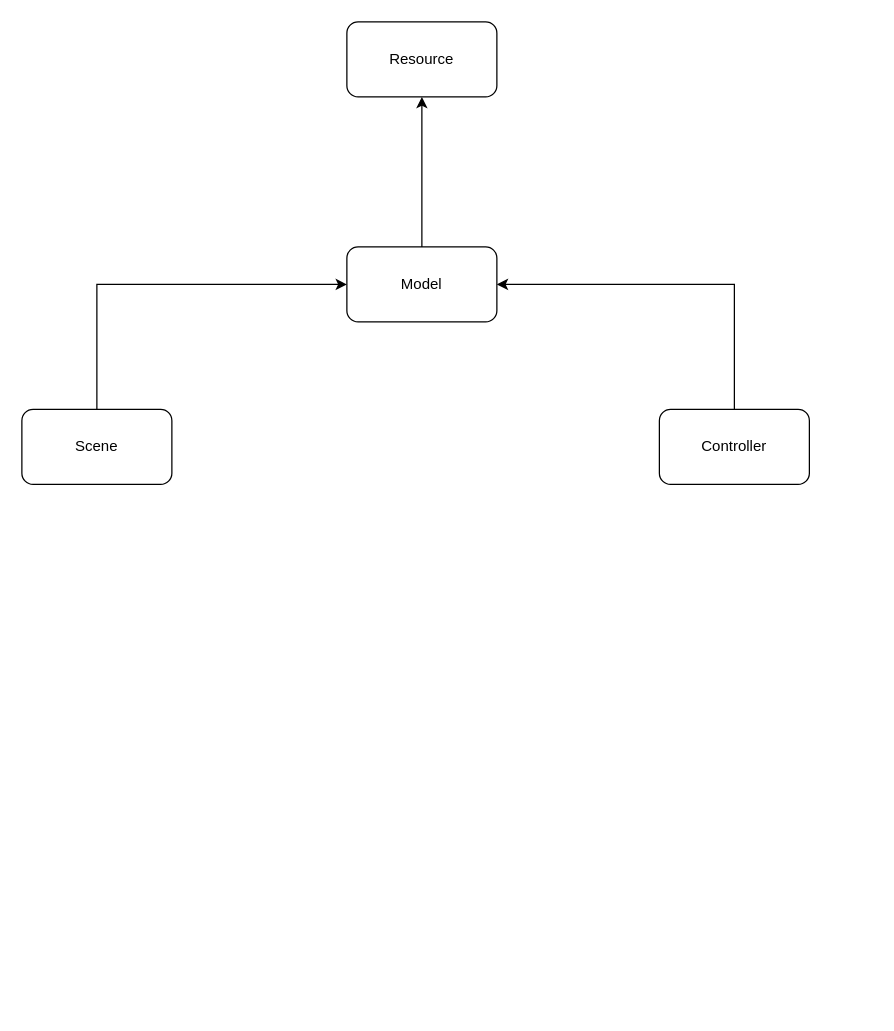
Above: Godot.drawio in kipikipoddev/Godot_Demo (draw.io), before the change. Source tidied: cells renumbered, new cells numbered last; positions are measured from the earlier drawing's top-left corner, leaving out a move shared by most shapes. Both pictures are drawn from the tidied source at 125%, with x=0, y=0 at pixel (21, 21).
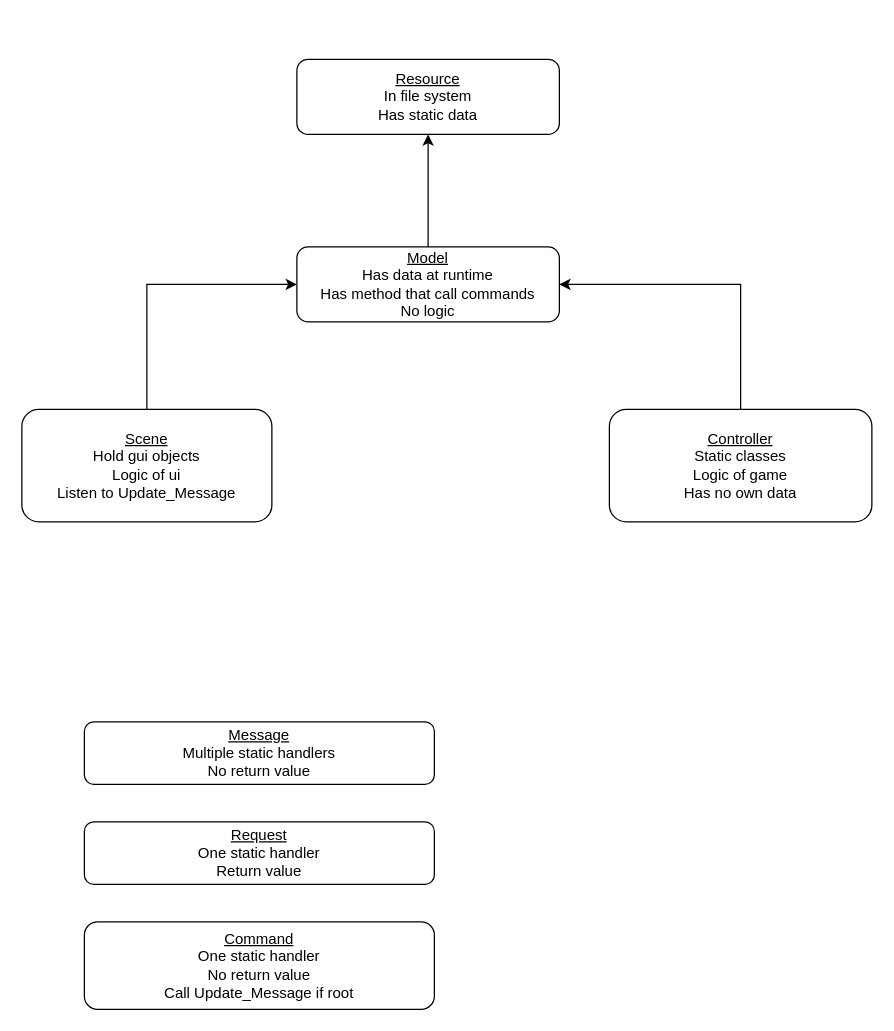
The same diagram, later.

Diff of the diagram source:
```diff
@@
 <mxGraphModel>
   <root>
     <mxCell id="0" />
     <mxCell id="1" parent="0" />
-    <mxCell id="2" value="Scene" style="rounded=1;whiteSpace=wrap;html=1;" parent="1" vertex="1">
-      <mxGeometry y="310" width="120" height="60" as="geometry" />
+    <mxCell id="2" value="&lt;u&gt;Scene&lt;/u&gt;&lt;div&gt;Hold gui objects&lt;/div&gt;&lt;div&gt;Logic of ui&lt;/div&gt;&lt;div&gt;Listen to Update_Message&lt;/div&gt;" style="rounded=1;whiteSpace=wrap;html=1;" parent="1" vertex="1">
+      <mxGeometry y="310" width="200" height="90" as="geometry" />
     </mxCell>
-    <mxCell id="3" value="Model" style="rounded=1;whiteSpace=wrap;html=1;" parent="1" vertex="1">
-      <mxGeometry x="260" y="180" width="120" height="60" as="geometry" />
+    <mxCell id="3" value="&lt;u&gt;Model&lt;/u&gt;&lt;div&gt;Has data at runtime&lt;/div&gt;&lt;div&gt;Has method that call commands&lt;/div&gt;&lt;div&gt;No logic&lt;/div&gt;" style="rounded=1;whiteSpace=wrap;html=1;" parent="1" vertex="1">
+      <mxGeometry x="220" y="180" width="210" height="60" as="geometry" />
     </mxCell>
-    <mxCell id="4" value="Controller" style="rounded=1;whiteSpace=wrap;html=1;" parent="1" vertex="1">
-      <mxGeometry x="510" y="310" width="120" height="60" as="geometry" />
+    <mxCell id="4" value="&lt;u&gt;Controller&lt;/u&gt;&lt;div&gt;Static classes&lt;/div&gt;&lt;div&gt;Logic of game&lt;br&gt;&lt;div&gt;Has no own data&lt;/div&gt;&lt;/div&gt;" style="rounded=1;whiteSpace=wrap;html=1;" parent="1" vertex="1">
+      <mxGeometry x="470" y="310" width="210" height="90" as="geometry" />
     </mxCell>
-    <mxCell id="5" value="Resource" style="rounded=1;whiteSpace=wrap;html=1;" parent="1" vertex="1">
-      <mxGeometry x="260" width="120" height="60" as="geometry" />
+    <mxCell id="5" value="&lt;u&gt;Resource&lt;/u&gt;&lt;div&gt;In file system&lt;br&gt;&lt;/div&gt;&lt;div&gt;Has static data&lt;/div&gt;" style="rounded=1;whiteSpace=wrap;html=1;" parent="1" vertex="1">
+      <mxGeometry x="220" y="30" width="210" height="60" as="geometry" />
     </mxCell>
     <mxCell id="6" style="endArrow=classic;html=1;rounded=0;exitX=0.5;exitY=0;exitDx=0;exitDy=0;entryX=0.5;entryY=1;entryDx=0;entryDy=0;" parent="1" edge="1" source="3" target="5">
       <mxGeometry relative="1" as="geometry" />
     </mxCell>
     <mxCell id="7" style="endArrow=classic;html=1;rounded=0;exitX=0.5;exitY=0;exitDx=0;exitDy=0;entryX=0;entryY=0.5;entryDx=0;entryDy=0;" parent="1" edge="1" source="2" target="3">
       <mxGeometry relative="1" as="geometry">
         <Array as="points">
-          <mxPoint x="60" y="210" />
+          <mxPoint x="100" y="210" />
         </Array>
       </mxGeometry>
     </mxCell>
     <mxCell id="8" style="endArrow=classic;html=1;rounded=0;exitX=0.5;exitY=0;exitDx=0;exitDy=0;entryX=1;entryY=0.5;entryDx=0;entryDy=0;" parent="1" edge="1" source="4" target="3">
       <mxGeometry relative="1" as="geometry">
         <Array as="points">
-          <mxPoint x="570" y="210" />
+          <mxPoint x="575" y="210" />
         </Array>
       </mxGeometry>
     </mxCell>
+    <mxCell id="9" value="&lt;u&gt;Message&lt;/u&gt;&lt;div&gt;Multiple static handlers&lt;/div&gt;&lt;div&gt;No return value&lt;/div&gt;" style="rounded=1;whiteSpace=wrap;html=1;" parent="1" vertex="1">
+      <mxGeometry x="50" y="560" width="280" height="50" as="geometry" />
+    </mxCell>
+    <mxCell id="10" value="&lt;u&gt;Request&lt;/u&gt;&lt;div&gt;One static handler&lt;br&gt;&lt;/div&gt;&lt;div&gt;Return value&lt;/div&gt;" style="rounded=1;whiteSpace=wrap;html=1;" parent="1" vertex="1">
+      <mxGeometry x="50" y="640" width="280" height="50" as="geometry" />
+    </mxCell>
+    <mxCell id="11" value="&lt;u&gt;Command&lt;/u&gt;&lt;div&gt;&lt;div&gt;One static handler&lt;/div&gt;&lt;/div&gt;&lt;div&gt;No return value&lt;/div&gt;&lt;div&gt;Call&amp;nbsp;Update_Message if root&lt;/div&gt;" style="rounded=1;whiteSpace=wrap;html=1;" parent="1" vertex="1">
+      <mxGeometry x="50" y="720" width="280" height="70" as="geometry" />
+    </mxCell>
   </root>
 </mxGraphModel>
```
